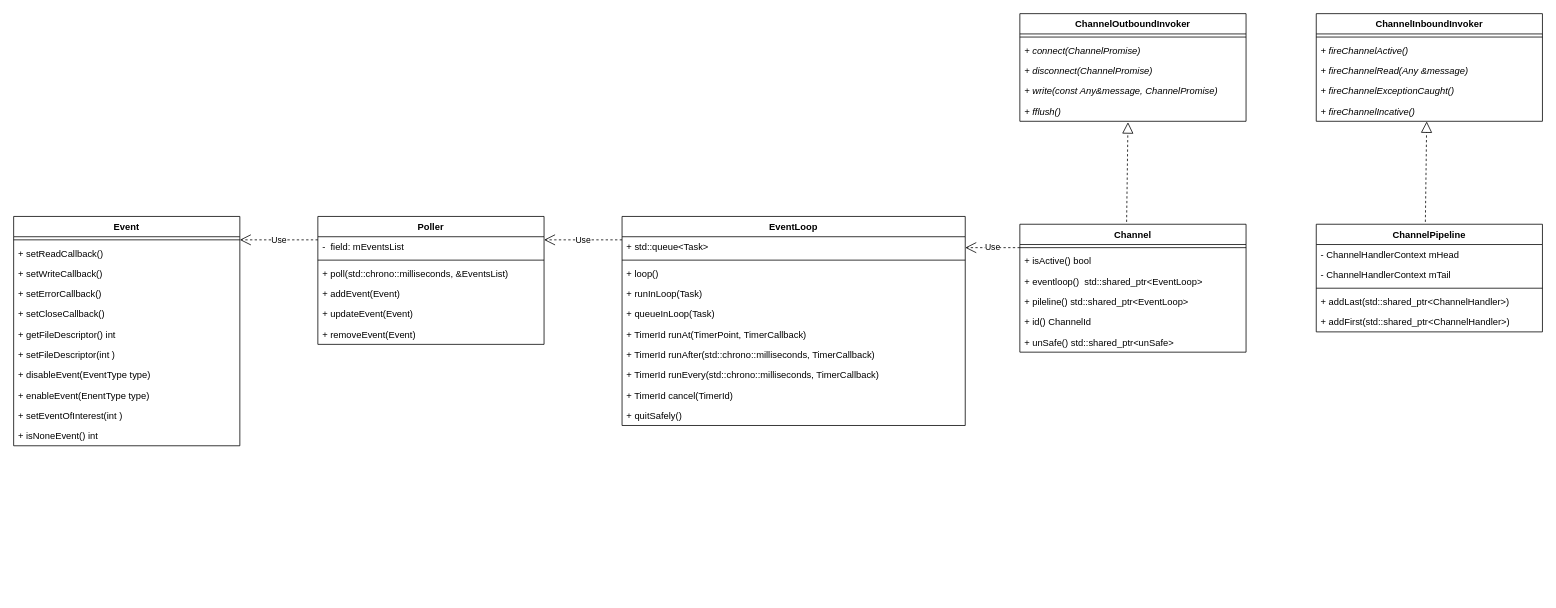
Above: page "类图" (1 of 4) of transport.drawio in bingo787/draw (draw.io), before the change. Source tidied: cells renumbered, new cells numbered last; positions are measured from the earlier drawing's top-left corner, leaving out a move shared by most shapes. Both pictures are drawn from the tidied source at 78%, with x=0, y=0 at pixel (13, 13).
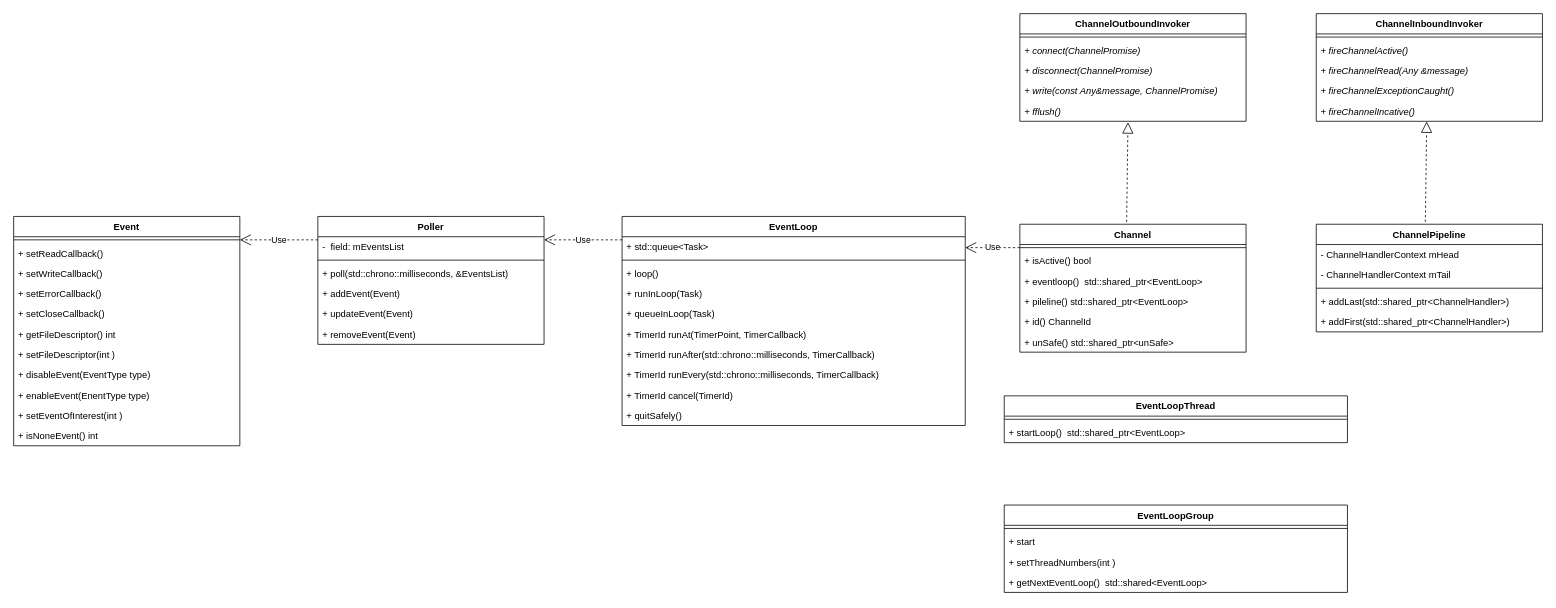
The same page after the edit.

What changed in the source:
```diff
@@
+    <mxCell id="62" value="EventLoopThread" style="swimlane;fontStyle=1;align=center;verticalAlign=top;horizontal=1;startSize=26;" parent="1" vertex="1">
+      <mxGeometry x="1270" y="490" width="440" height="60" as="geometry" />
+    </mxCell>
+    <mxCell id="63" style="line;strokeWidth=1;fillColor=none;align=left;verticalAlign=middle;spacingTop=-1;spacingLeft=3;spacingRight=3;labelPosition=right;" parent="62" vertex="1">
+      <mxGeometry y="26" width="440" height="8" as="geometry" />
+    </mxCell>
+    <mxCell id="64" value="+ startLoop()  std::shared_ptr&lt;EventLoop&gt;" style="text;strokeColor=none;fillColor=none;align=left;verticalAlign=top;spacingLeft=4;spacingRight=4;overflow=hidden;" parent="62" vertex="1">
+      <mxGeometry y="34" width="440" height="26" as="geometry" />
+    </mxCell>
+    <mxCell id="65" value="EventLoopGroup" style="swimlane;fontStyle=1;align=center;verticalAlign=top;horizontal=1;startSize=26;" parent="1" vertex="1">
+      <mxGeometry x="1270" y="630" width="440" height="112" as="geometry" />
+    </mxCell>
+    <mxCell id="66" style="line;strokeWidth=1;fillColor=none;align=left;verticalAlign=middle;spacingTop=-1;spacingLeft=3;spacingRight=3;labelPosition=right;" parent="65" vertex="1">
+      <mxGeometry y="26" width="440" height="8" as="geometry" />
+    </mxCell>
+    <mxCell id="67" value="+ start" style="text;strokeColor=none;fillColor=none;align=left;verticalAlign=top;spacingLeft=4;spacingRight=4;overflow=hidden;" parent="65" vertex="1">
+      <mxGeometry y="34" width="440" height="26" as="geometry" />
+    </mxCell>
+    <mxCell id="68" value="+ setThreadNumbers(int )" style="text;strokeColor=none;fillColor=none;align=left;verticalAlign=top;spacingLeft=4;spacingRight=4;overflow=hidden;" parent="65" vertex="1">
+      <mxGeometry y="60" width="440" height="26" as="geometry" />
+    </mxCell>
+    <mxCell id="69" value="+ getNextEventLoop()  std::shared&lt;EventLoop&gt;" style="text;strokeColor=none;fillColor=none;align=left;verticalAlign=top;spacingLeft=4;spacingRight=4;overflow=hidden;" parent="65" vertex="1">
+      <mxGeometry y="86" width="440" height="26" as="geometry" />
+    </mxCell>
```
